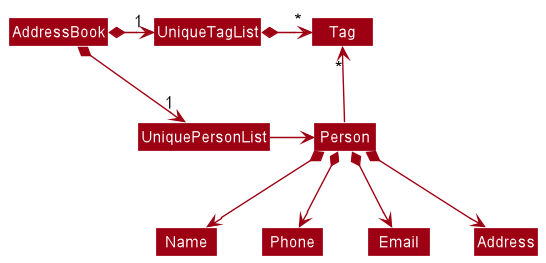
Before: docs/images/BetterModelClassDiagram.png, a diagram exported from PlantUML (nus-cs2103-AY2223S1/tp).
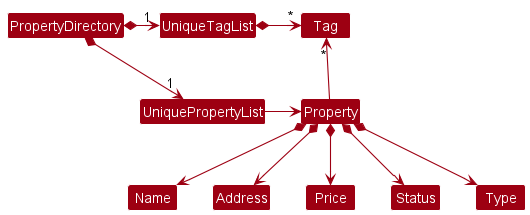
The same diagram one commit later.

Diff of the diagram source:
```diff
@@ -4,18 +4,19 @@
 skinparam arrowColor MODEL_COLOR
 skinparam classBackgroundColor MODEL_COLOR
 
-AddressBook *-right-> "1" UniquePersonList
-AddressBook *-right-> "1" UniqueTagList
-UniqueTagList -[hidden]down- UniquePersonList
-UniqueTagList -[hidden]down- UniquePersonList
+PropertyDirectory *-right-> "1" UniquePropertyList
+PropertyDirectory *-right-> "1" UniqueTagList
+UniqueTagList -[hidden]down- UniquePropertyList
+UniqueTagList -[hidden]down- UniquePropertyList
 
 UniqueTagList *-right-> "*" Tag
-UniquePersonList -right-> Person
+UniquePropertyList -right-> Property
 
-Person -up-> "*" Tag
+Property -up-> "*" Tag
 
-Person *--> Name
-Person *--> Phone
-Person *--> Email
-Person *--> Address
+Property *--> Name
+Property *--> Address
+Property *--> Price
+Property *--> Status
+Property *--> Type
 @enduml
```
